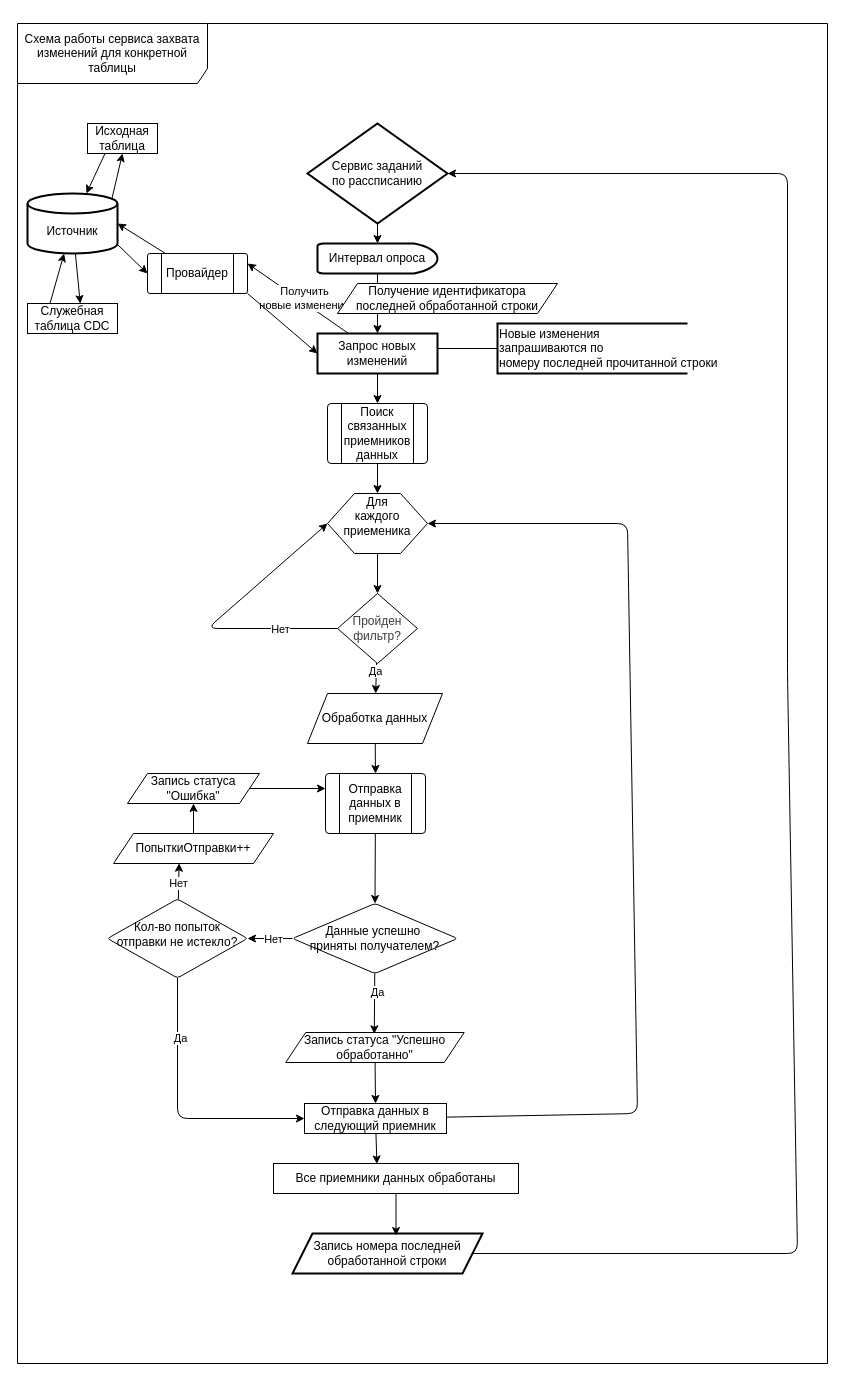
AzerQ/CDC-Bridge keeps this draw.io diagram as architecture.drawio. Above is the earlier version. Source tidied: cells renumbered, new cells numbered last; positions are measured from the earlier drawing's top-left corner, leaving out a move shared by most shapes. Both pictures are drawn from the tidied source at 100%, with x=0, y=0 at pixel (17, 23).
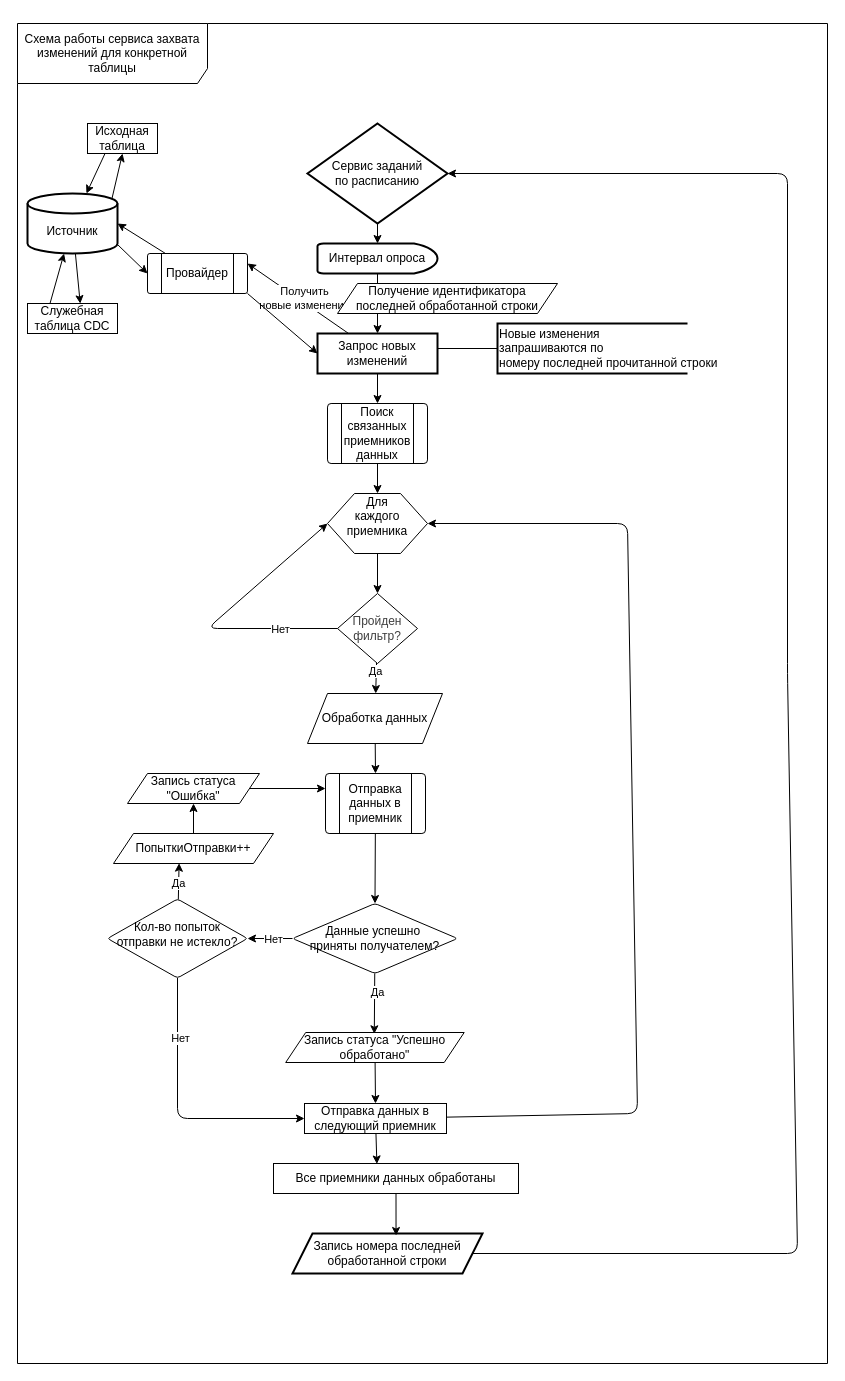
The same diagram, later.

Commit message:
fix: исправление опечаток в диаграмме работы сервиса захвата изменений

Unchanged cells that the change refers to:
```xml
<mxCell id="2" value="&lt;div&gt;&lt;br&gt;&lt;/div&gt;Схема работы сервиса захвата изменений для конкретной таблицы&lt;div&gt;&lt;br&gt;&lt;/div&gt;" style="shape=umlFrame;whiteSpace=wrap;html=1;width=190;height=60;" parent="1" vertex="1">
  <mxGeometry width="810" height="1340" as="geometry" />
</mxCell>
<mxCell id="50" style="edgeStyle=none;html=1;entryX=0;entryY=0.5;entryDx=0;entryDy=0;" parent="2" edge="1" source="52" target="60">
  <mxGeometry relative="1" as="geometry">
    <Array as="points">
      <mxPoint x="160" y="1095" />
    </Array>
  </mxGeometry>
</mxCell>
<mxCell id="53" style="edgeStyle=none;html=1;entryX=0.41;entryY=0.99;entryDx=0;entryDy=0;entryPerimeter=0;" parent="2" edge="1" source="52" target="49">
  <mxGeometry relative="1" as="geometry" />
</mxCell>
```

Diff of the diagram source:
```diff
@@
-    <mxCell id="6" value="Сервис заданий&lt;div&gt;по рассписанию&lt;/div&gt;" style="strokeWidth=2;html=1;shape=mxgraph.flowchart.decision;whiteSpace=wrap;" parent="2" vertex="1">
+    <mxCell id="6" value="Сервис заданий&lt;div&gt;по расписанию&lt;/div&gt;" style="strokeWidth=2;html=1;shape=mxgraph.flowchart.decision;whiteSpace=wrap;" parent="2" vertex="1">
       <mxGeometry x="290" y="100" width="140" height="100" as="geometry" />
     </mxCell>
@@
-    <mxCell id="30" value="Для каждого приеменика&lt;div style=&quot;color: rgb(63, 63, 63); scrollbar-color: rgb(226, 226, 226) rgb(251, 251, 251);&quot;&gt;&lt;br style=&quot;color: rgb(63, 63, 63); scrollbar-color: rgb(226, 226, 226) rgb(251, 251, 251); text-wrap-mode: nowrap;&quot;&gt;&lt;/div&gt;" style="text;html=1;align=center;verticalAlign=middle;whiteSpace=wrap;rounded=0;" parent="2" vertex="1">
+    <mxCell id="30" value="Для каждого приемника&lt;div style=&quot;color: rgb(63, 63, 63); scrollbar-color: rgb(226, 226, 226) rgb(251, 251, 251);&quot;&gt;&lt;br style=&quot;color: rgb(63, 63, 63); scrollbar-color: rgb(226, 226, 226) rgb(251, 251, 251); text-wrap-mode: nowrap;&quot;&gt;&lt;/div&gt;" style="text;html=1;align=center;verticalAlign=middle;whiteSpace=wrap;rounded=0;" parent="2" vertex="1">
       <mxGeometry x="330" y="485" width="60" height="30" as="geometry" />
     </mxCell>
@@
-    <mxCell id="45" value="&lt;div&gt;&lt;br&gt;&lt;/div&gt;&lt;div&gt;Данные уcпешно&amp;nbsp;&lt;/div&gt;&lt;div&gt;приняты получателем?&lt;/div&gt;" style="rhombus;whiteSpace=wrap;html=1;verticalAlign=top;rounded=1;arcSize=6;" parent="2" vertex="1">
+    <mxCell id="45" value="&lt;div&gt;&lt;br&gt;&lt;/div&gt;&lt;div&gt;Данные успешно&amp;nbsp;&lt;/div&gt;&lt;div&gt;приняты получателем?&lt;/div&gt;" style="rhombus;whiteSpace=wrap;html=1;verticalAlign=top;rounded=1;arcSize=6;" parent="2" vertex="1">
       <mxGeometry x="275" y="880" width="165" height="70" as="geometry" />
     </mxCell>
@@
-    <mxCell id="51" value="Да" style="edgeLabel;html=1;align=center;verticalAlign=middle;" parent="50" vertex="1">
+    <mxCell id="51" value="Нет" style="edgeLabel;html=1;align=center;verticalAlign=middle;" parent="50" vertex="1">
       <mxGeometry x="-0.55" y="2" relative="1" as="geometry" />
     </mxCell>
@@
-    <mxCell id="54" value="Нет" style="edgeLabel;html=1;align=center;verticalAlign=middle;" parent="53" vertex="1">
+    <mxCell id="54" value="Да" style="edgeLabel;html=1;align=center;verticalAlign=middle;" parent="53" vertex="1">
       <mxGeometry x="-0.1" y="1" relative="1" as="geometry" />
     </mxCell>
@@
-    <mxCell id="56" value="Запись статуса &quot;Успешно обработанно&quot;" style="shape=parallelogram;perimeter=parallelogramPerimeter;whiteSpace=wrap;html=1;fixedSize=1;" parent="2" vertex="1">
+    <mxCell id="56" value="Запись статуса &quot;Успешно обработано&quot;" style="shape=parallelogram;perimeter=parallelogramPerimeter;whiteSpace=wrap;html=1;fixedSize=1;" parent="2" vertex="1">
       <mxGeometry x="268.2" y="1009" width="178.5" height="30" as="geometry" />
     </mxCell>
```
